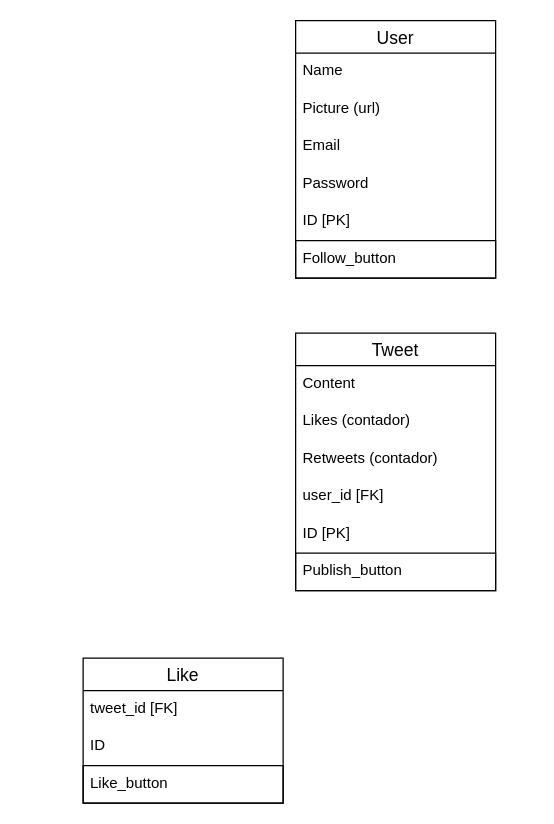
Above: Untitled Diagram.drawio in gilibethvega/prueba_sql (draw.io), before the change. Source tidied: cells renumbered, new cells numbered last; positions are measured from the earlier drawing's top-left corner, leaving out a move shared by most shapes. Both pictures are drawn from the tidied source at 125%, with x=0, y=0 at pixel (82, 20).
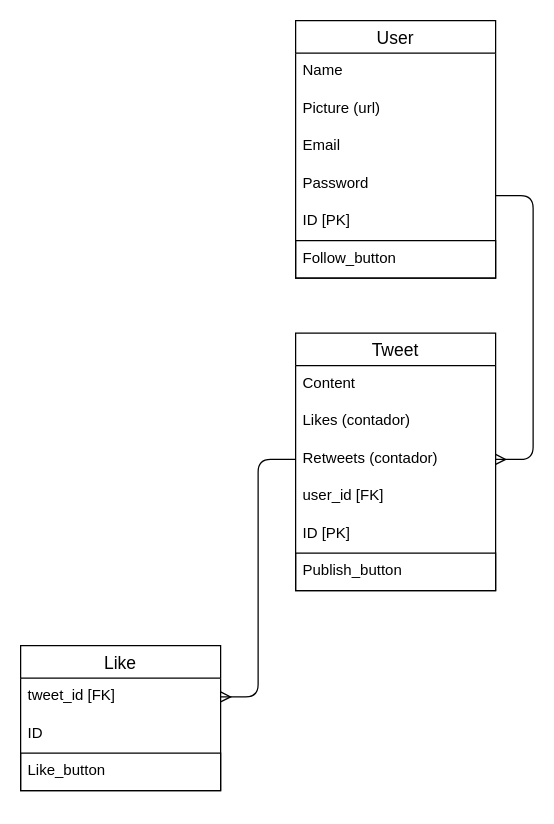
After the change.

Commit message:
Twitter_erd_with_relations

The change refers to these unchanged cells:
```xml
<mxCell id="12" value="Retweets (contador)" style="text;strokeColor=none;fillColor=none;spacingLeft=4;spacingRight=4;overflow=hidden;points=[[0,0.5],[1,0.5]];portConstraint=eastwest;fontSize=12;" parent="9" vertex="1">
  <mxGeometry y="86" width="160" height="30" as="geometry" />
</mxCell>
<mxCell id="17" value="tweet_id [FK]" style="text;strokeColor=none;fillColor=none;spacingLeft=4;spacingRight=4;overflow=hidden;points=[[0,0.5],[1,0.5]];portConstraint=eastwest;fontSize=12;" parent="16" vertex="1">
  <mxGeometry y="26" width="160" height="30" as="geometry" />
</mxCell>
```

The edit, as a diff of the source:
```diff
@@
     <mxCell id="16" value="Like" style="swimlane;fontStyle=0;horizontal=1;startSize=26;align=center;fontSize=14;" parent="1" vertex="1">
-      <mxGeometry y="510" width="160" height="116" as="geometry" />
+      <mxGeometry x="-50" y="500" width="160" height="116" as="geometry" />
     </mxCell>
@@
+    <mxCell id="20" style="edgeStyle=entityRelationEdgeStyle;fontSize=12;html=1;endArrow=ERmany;entryX=1;entryY=0.5;entryDx=0;entryDy=0;" parent="1" edge="1" target="12">
+      <mxGeometry relative="1" as="geometry">
+        <mxPoint x="330" y="140" as="sourcePoint" />
+      </mxGeometry>
+    </mxCell>
+    <mxCell id="21" style="edgeStyle=entityRelationEdgeStyle;fontSize=12;html=1;endArrow=ERmany;entryX=1;entryY=0.5;entryDx=0;entryDy=0;exitX=0;exitY=0.5;exitDx=0;exitDy=0;" parent="1" edge="1" source="12" target="17">
+      <mxGeometry relative="1" as="geometry" />
+    </mxCell>
```
